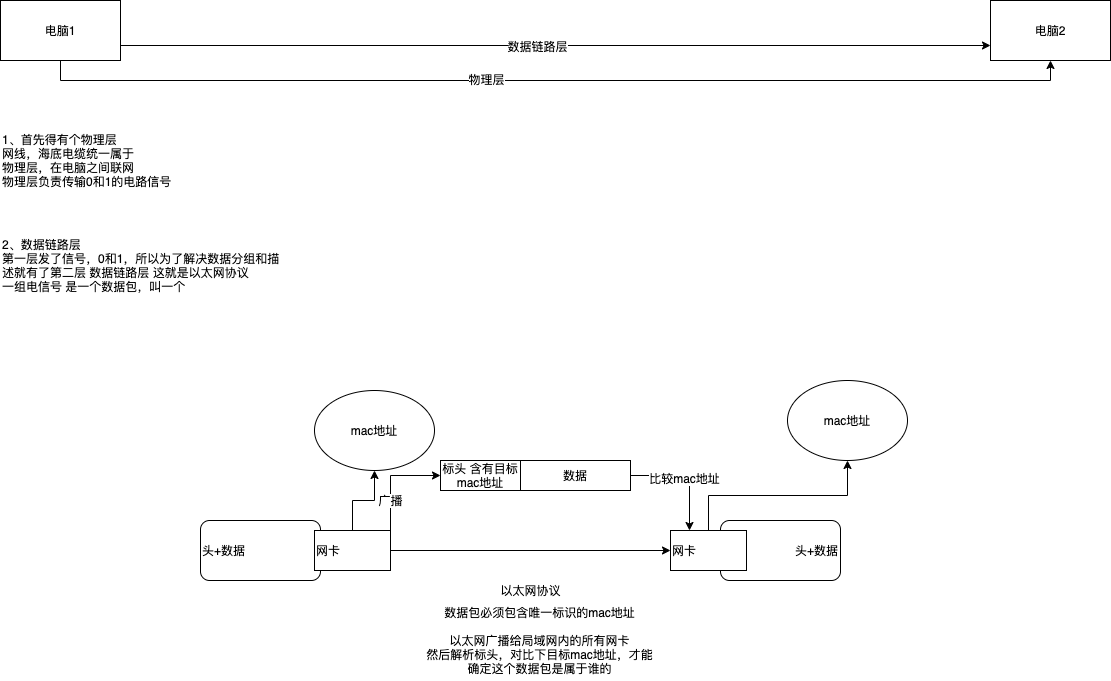
Before: cs/tcp-ip-model.png, a diagram exported from draw.io (sivanbil/architecthure-diagram). Source tidied: cells renumbered, new cells last; positions are measured from the earlier drawing's top-left corner, leaving out a move shared by most shapes.
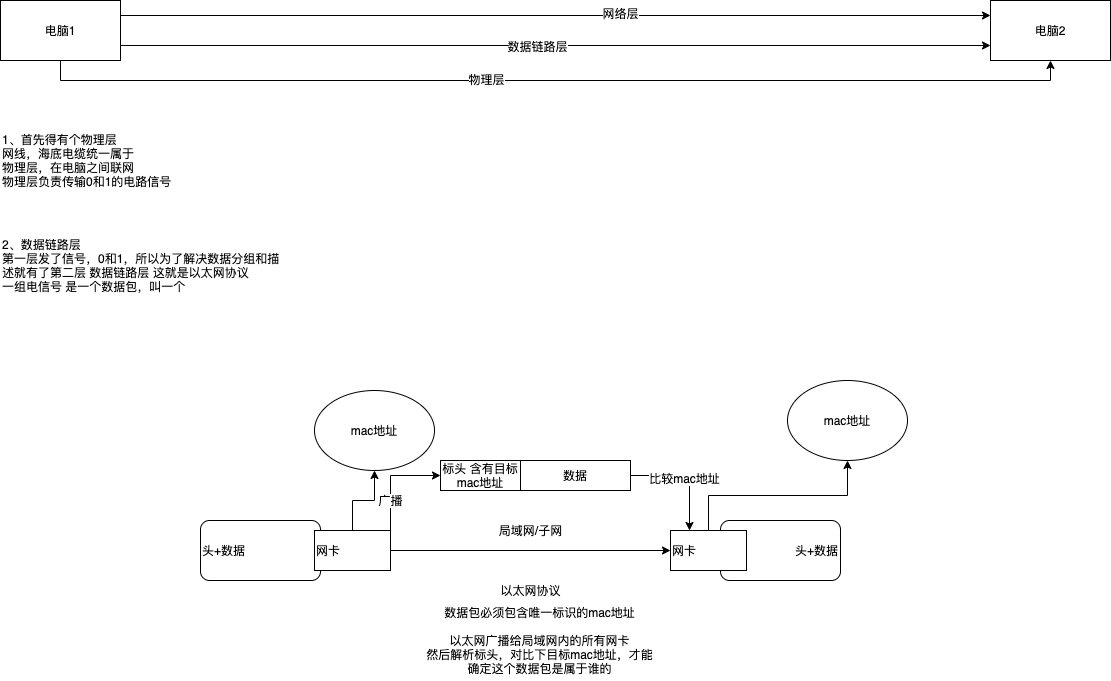
The same diagram one commit later.

Change to the diagram source:
```diff
@@ -14,6 +14,12 @@
     <mxCell id="5" value="数据链路层" style="edgeLabel;html=1;align=center;verticalAlign=middle;" parent="4" vertex="1">
       <mxGeometry x="-0.04" relative="1" as="geometry" />
     </mxCell>
+    <mxCell id="27" style="edgeStyle=orthogonalEdgeStyle;rounded=0;jettySize=auto;html=1;exitX=1;exitY=0.25;exitDx=0;exitDy=0;entryX=0;entryY=0.25;entryDx=0;entryDy=0;" parent="1" edge="1" source="6" target="7">
+      <mxGeometry relative="1" as="geometry" />
+    </mxCell>
+    <mxCell id="28" value="网络层" style="edgeLabel;html=1;align=center;verticalAlign=middle;" parent="27" vertex="1">
+      <mxGeometry x="0.15" y="3" relative="1" as="geometry" />
+    </mxCell>
     <mxCell id="6" value="电脑1" style="rounded=0;whiteSpace=wrap;html=1;" parent="1" vertex="1">
       <mxGeometry width="120" height="60" as="geometry" />
     </mxCell>
@@ -77,5 +83,8 @@
     <mxCell id="26" value="数据" style="rounded=0;whiteSpace=wrap;html=1;align=center;" parent="1" vertex="1">
       <mxGeometry x="520" y="460" width="110" height="30" as="geometry" />
     </mxCell>
+    <mxCell id="29" value="局域网/子网" style="text;html=1;align=center;verticalAlign=middle;strokeColor=none;" parent="1" vertex="1">
+      <mxGeometry x="490" y="520" width="80" height="20" as="geometry" />
+    </mxCell>
   </root>
 </mxGraphModel>
```
